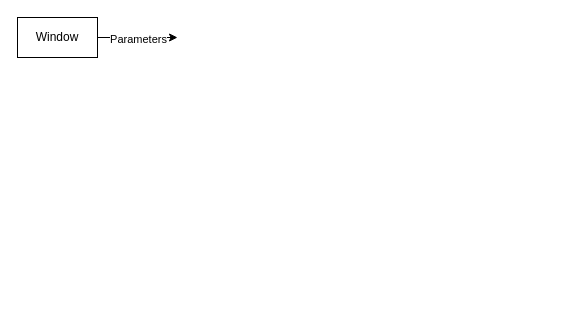
This is page "Stránka-2" (2 of 2) of diagram.drawio from jurkovicmartin/Bakal-ka, a draw.io file, before an edit. Source tidied: cells renumbered, new cells numbered last; positions are measured from the earlier drawing's top-left corner, leaving out a move shared by most shapes. Both pictures are drawn from the tidied source at 100%, with x=0, y=0 at pixel (17, 17).
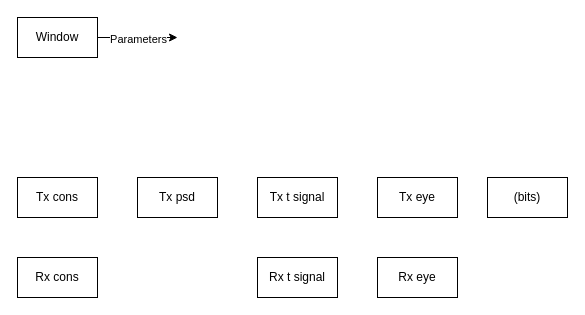
The same diagram, later.

The edit, as a diff of the source:
```diff
@@
 <mxGraphModel>
   <root>
     <mxCell id="0" />
     <mxCell id="1" parent="0" />
     <mxCell id="2" value="Window" style="rounded=0;whiteSpace=wrap;html=1;" parent="1" vertex="1">
       <mxGeometry width="80" height="40" as="geometry" />
     </mxCell>
     <mxCell id="3" style="endArrow=classic;html=1;rounded=0;exitX=1;exitY=0.5;exitDx=0;exitDy=0;" parent="1" edge="1" source="2">
       <mxGeometry relative="1" as="geometry">
         <mxPoint x="160" y="20" as="targetPoint" />
       </mxGeometry>
     </mxCell>
     <mxCell id="4" value="Parameters" style="edgeLabel;html=1;align=center;verticalAlign=middle;" parent="3" vertex="1">
       <mxGeometry y="-1" relative="1" as="geometry" />
     </mxCell>
+    <mxCell id="5" value="Tx cons" style="rounded=0;whiteSpace=wrap;html=1;" parent="1" vertex="1">
+      <mxGeometry y="160" width="80" height="40" as="geometry" />
+    </mxCell>
+    <mxCell id="6" value="Rx cons" style="rounded=0;whiteSpace=wrap;html=1;" parent="1" vertex="1">
+      <mxGeometry y="240" width="80" height="40" as="geometry" />
+    </mxCell>
+    <mxCell id="7" value="Tx psd" style="rounded=0;whiteSpace=wrap;html=1;" parent="1" vertex="1">
+      <mxGeometry x="120" y="160" width="80" height="40" as="geometry" />
+    </mxCell>
+    <mxCell id="8" value="Tx t signal" style="rounded=0;whiteSpace=wrap;html=1;" parent="1" vertex="1">
+      <mxGeometry x="240" y="160" width="80" height="40" as="geometry" />
+    </mxCell>
+    <mxCell id="9" value="Rx t signal" style="rounded=0;whiteSpace=wrap;html=1;" parent="1" vertex="1">
+      <mxGeometry x="240" y="240" width="80" height="40" as="geometry" />
+    </mxCell>
+    <mxCell id="10" value="Tx eye" style="rounded=0;whiteSpace=wrap;html=1;" parent="1" vertex="1">
+      <mxGeometry x="360" y="160" width="80" height="40" as="geometry" />
+    </mxCell>
+    <mxCell id="11" value="Rx eye" style="rounded=0;whiteSpace=wrap;html=1;" parent="1" vertex="1">
+      <mxGeometry x="360" y="240" width="80" height="40" as="geometry" />
+    </mxCell>
+    <mxCell id="12" value="(bits)" style="rounded=0;whiteSpace=wrap;html=1;" parent="1" vertex="1">
+      <mxGeometry x="470" y="160" width="80" height="40" as="geometry" />
+    </mxCell>
   </root>
 </mxGraphModel>
```
